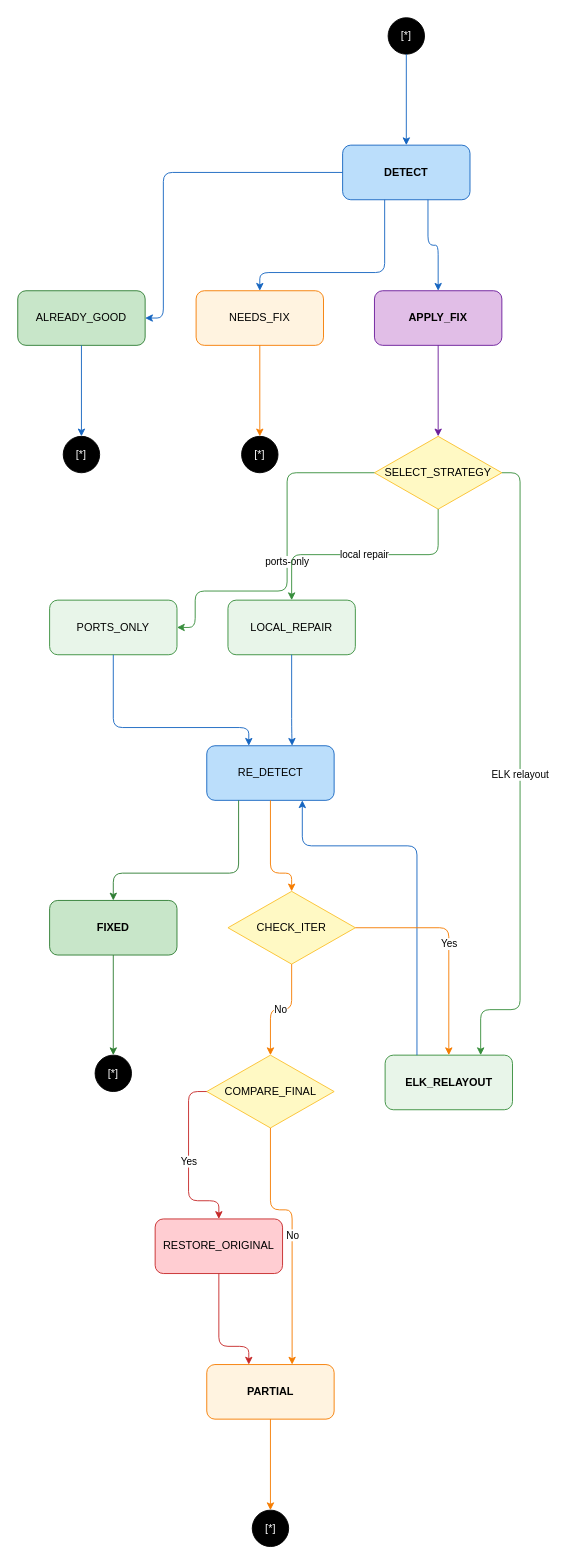
Earlier version of the draw.io diagram documents/SA4E-406/diagrams/state-layout-status.drawio (dnguyenminh/SDLC-Agents-4-Enteprise). Source tidied: cells renumbered, new cells numbered last; positions are measured from the earlier drawing's top-left corner, leaving out a move shared by most shapes. Both pictures are drawn from the tidied source at 91%, with x=0, y=0 at pixel (17, 17).
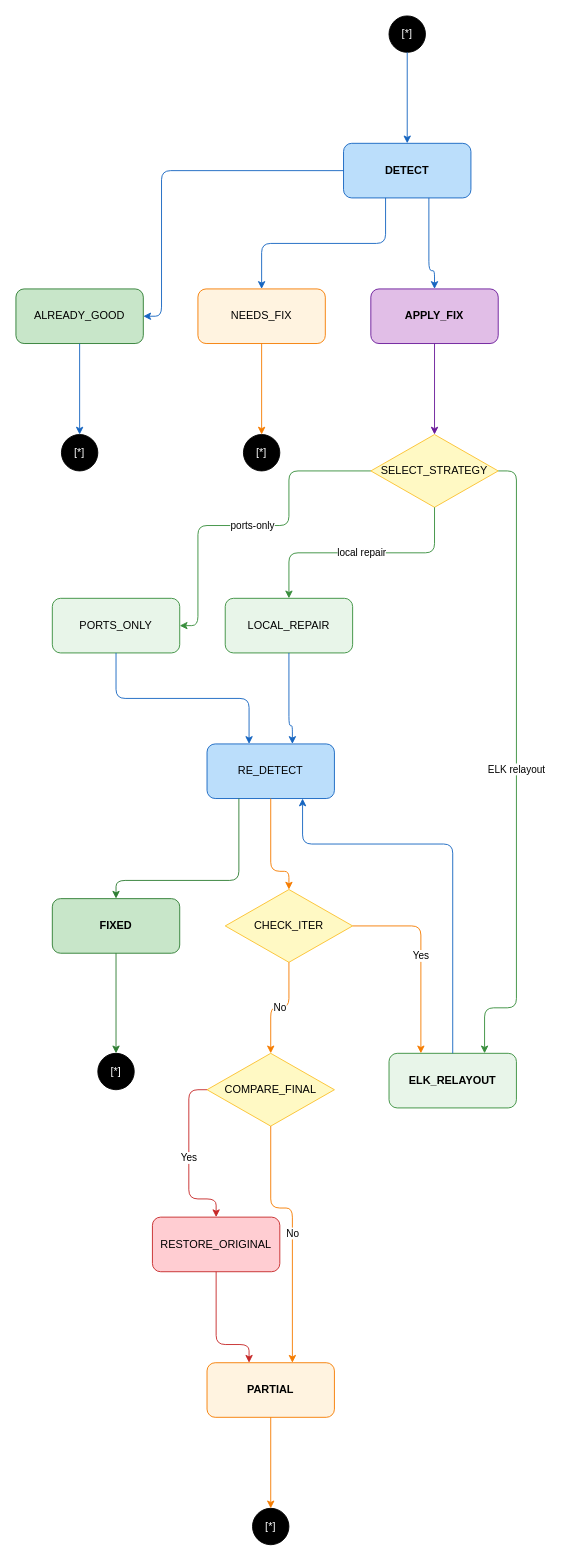
The same page after the edit.

Diff of the diagram source:
```diff
@@
     <mxCell id="2" value="[*]" style="ellipse;whiteSpace=wrap;html=1;fillColor=#000000;fontColor=#FFFFFF;fontSize=12;" parent="1" vertex="1">
-      <mxGeometry x="407" width="40" height="40" as="geometry" />
+      <mxGeometry x="408" y="-2" width="40" height="40" as="geometry" />
     </mxCell>
     <mxCell id="3" value="DETECT" style="rounded=1;whiteSpace=wrap;html=1;fillColor=#BBDEFB;strokeColor=#1565C0;fontSize=12;fontStyle=1;" parent="1" vertex="1">
-      <mxGeometry x="357" y="140" width="140" height="60" as="geometry" />
+      <mxGeometry x="358" y="138" width="140" height="60" as="geometry" />
     </mxCell>
     <mxCell id="4" value="ALREADY_GOOD" style="rounded=1;whiteSpace=wrap;html=1;fillColor=#C8E6C9;strokeColor=#2E7D32;fontSize=12;" parent="1" vertex="1">
-      <mxGeometry y="300" width="140" height="60" as="geometry" />
+      <mxGeometry x="-2" y="298" width="140" height="60" as="geometry" />
     </mxCell>
     <mxCell id="5" value="NEEDS_FIX" style="rounded=1;whiteSpace=wrap;html=1;fillColor=#FFF3E0;strokeColor=#F57C00;fontSize=12;" parent="1" vertex="1">
-      <mxGeometry x="196" y="300" width="140" height="60" as="geometry" />
+      <mxGeometry x="198" y="298" width="140" height="60" as="geometry" />
     </mxCell>
     <mxCell id="6" value="APPLY_FIX" style="rounded=1;whiteSpace=wrap;html=1;fillColor=#E1BEE7;strokeColor=#6A1B9A;fontSize=12;fontStyle=1;" parent="1" vertex="1">
-      <mxGeometry x="392" y="300" width="140" height="60" as="geometry" />
+      <mxGeometry x="388" y="298" width="140" height="60" as="geometry" />
     </mxCell>
     <mxCell id="7" value="SELECT_STRATEGY" style="rhombus;whiteSpace=wrap;html=1;fillColor=#FFF9C4;strokeColor=#FBC02D;fontSize=12;" parent="1" vertex="1">
-      <mxGeometry x="392" y="460" width="140" height="80" as="geometry" />
+      <mxGeometry x="388" y="458" width="140" height="80" as="geometry" />
     </mxCell>
     <mxCell id="8" value="PORTS_ONLY" style="rounded=1;whiteSpace=wrap;html=1;fillColor=#E8F5E9;strokeColor=#388E3C;fontSize=12;" parent="1" vertex="1">
-      <mxGeometry x="35" y="640" width="140" height="60" as="geometry" />
+      <mxGeometry x="38" y="638" width="140" height="60" as="geometry" />
     </mxCell>
     <mxCell id="9" value="LOCAL_REPAIR" style="rounded=1;whiteSpace=wrap;html=1;fillColor=#E8F5E9;strokeColor=#388E3C;fontSize=12;" parent="1" vertex="1">
-      <mxGeometry x="231" y="640" width="140" height="60" as="geometry" />
+      <mxGeometry x="228" y="638" width="140" height="60" as="geometry" />
     </mxCell>
     <mxCell id="10" value="ELK_RELAYOUT" style="rounded=1;whiteSpace=wrap;html=1;fillColor=#E8F5E9;strokeColor=#388E3C;fontSize=12;fontStyle=1;" parent="1" vertex="1">
-      <mxGeometry x="403.7" y="1140" width="140" height="60" as="geometry" />
+      <mxGeometry x="408" y="1138" width="140" height="60" as="geometry" />
     </mxCell>
     <mxCell id="11" value="RE_DETECT" style="rounded=1;whiteSpace=wrap;html=1;fillColor=#BBDEFB;strokeColor=#1565C0;fontSize=12;" parent="1" vertex="1">
-      <mxGeometry x="207.7" y="800" width="140" height="60" as="geometry" />
+      <mxGeometry x="208" y="798" width="140" height="60" as="geometry" />
     </mxCell>
     <mxCell id="12" value="FIXED" style="rounded=1;whiteSpace=wrap;html=1;fillColor=#C8E6C9;strokeColor=#2E7D32;fontSize=12;fontStyle=1;" parent="1" vertex="1">
-      <mxGeometry x="35" y="970" width="140" height="60" as="geometry" />
+      <mxGeometry x="38" y="968" width="140" height="60" as="geometry" />
     </mxCell>
     <mxCell id="13" value="CHECK_ITER" style="rhombus;whiteSpace=wrap;html=1;fillColor=#FFF9C4;strokeColor=#FBC02D;fontSize=12;" parent="1" vertex="1">
-      <mxGeometry x="231" y="960" width="140" height="80" as="geometry" />
+      <mxGeometry x="228" y="958" width="140" height="80" as="geometry" />
     </mxCell>
     <mxCell id="14" value="COMPARE_FINAL" style="rhombus;whiteSpace=wrap;html=1;fillColor=#FFF9C4;strokeColor=#FBC02D;fontSize=12;" parent="1" vertex="1">
-      <mxGeometry x="207.7" y="1140" width="140" height="80" as="geometry" />
+      <mxGeometry x="208" y="1138" width="140" height="80" as="geometry" />
     </mxCell>
     <mxCell id="15" value="RESTORE_ORIGINAL" style="rounded=1;whiteSpace=wrap;html=1;fillColor=#FFCDD2;strokeColor=#C62828;fontSize=12;" parent="1" vertex="1">
-      <mxGeometry x="151" y="1320" width="140" height="60" as="geometry" />
+      <mxGeometry x="148" y="1318" width="140" height="60" as="geometry" />
     </mxCell>
     <mxCell id="16" value="PARTIAL" style="rounded=1;whiteSpace=wrap;html=1;fillColor=#FFF3E0;strokeColor=#F57C00;fontSize=12;fontStyle=1;" parent="1" vertex="1">
-      <mxGeometry x="207.7" y="1480" width="140" height="60" as="geometry" />
+      <mxGeometry x="208" y="1478" width="140" height="60" as="geometry" />
     </mxCell>
     <mxCell id="17" value="[*]" style="ellipse;whiteSpace=wrap;html=1;fillColor=#000000;fontColor=#FFFFFF;fontSize=12;" parent="1" vertex="1">
-      <mxGeometry x="50" y="460" width="40" height="40" as="geometry" />
+      <mxGeometry x="48" y="458" width="40" height="40" as="geometry" />
     </mxCell>
     <mxCell id="18" value="[*]" style="ellipse;whiteSpace=wrap;html=1;fillColor=#000000;fontColor=#FFFFFF;fontSize=12;" parent="1" vertex="1">
-      <mxGeometry x="85" y="1140" width="40" height="40" as="geometry" />
+      <mxGeometry x="88" y="1138" width="40" height="40" as="geometry" />
     </mxCell>
     <mxCell id="19" value="[*]" style="ellipse;whiteSpace=wrap;html=1;fillColor=#000000;fontColor=#FFFFFF;fontSize=12;" parent="1" vertex="1">
-      <mxGeometry x="257.7" y="1640" width="40" height="40" as="geometry" />
+      <mxGeometry x="258" y="1638" width="40" height="40" as="geometry" />
     </mxCell>
     <mxCell id="20" value="[*]" style="ellipse;whiteSpace=wrap;html=1;fillColor=#000000;fontColor=#FFFFFF;fontSize=12;" parent="1" vertex="1">
-      <mxGeometry x="246" y="460" width="40" height="40" as="geometry" />
+      <mxGeometry x="248" y="458" width="40" height="40" as="geometry" />
     </mxCell>
@@
     <mxCell id="22" style="rounded=1;html=1;strokeColor=#1565C0;edgeStyle=orthogonalEdgeStyle;curved=0;exitX=0;exitY=0.5;entryX=1;entryY=0.5;" parent="1" edge="1" source="3" target="4">
       <mxGeometry relative="1" as="geometry">
         <Array as="points">
-          <mxPoint x="160" y="170" />
-          <mxPoint x="160" y="330" />
+          <mxPoint x="158" y="168" />
+          <mxPoint x="158" y="328" />
         </Array>
       </mxGeometry>
     </mxCell>
     <mxCell id="23" style="rounded=1;html=1;strokeColor=#1565C0;edgeStyle=orthogonalEdgeStyle;curved=0;exitX=0.33;exitY=1;entryX=0.5;entryY=0;" parent="1" edge="1" source="3" target="5">
       <mxGeometry relative="1" as="geometry">
         <Array as="points">
-          <mxPoint x="403.2" y="280" />
-          <mxPoint x="266" y="280" />
+          <mxPoint x="404.2" y="248" />
+          <mxPoint x="268" y="248" />
         </Array>
       </mxGeometry>
     </mxCell>
     <mxCell id="24" style="rounded=1;html=1;strokeColor=#1565C0;edgeStyle=orthogonalEdgeStyle;curved=0;exitX=0.67;exitY=1;entryX=0.5;entryY=0;" parent="1" edge="1" source="3" target="6">
       <mxGeometry relative="1" as="geometry">
         <Array as="points">
-          <mxPoint x="450.8" y="250" />
-          <mxPoint x="462" y="250" />
+          <mxPoint x="451.8" y="278" />
+          <mxPoint x="458" y="278" />
         </Array>
       </mxGeometry>
     </mxCell>
@@
     <mxCell id="26" value="ports-only" style="rounded=1;html=1;strokeColor=#388E3C;edgeStyle=orthogonalEdgeStyle;curved=0;exitX=0;exitY=0.5;entryX=1;entryY=0.5;" parent="1" edge="1" source="7" target="8">
       <mxGeometry relative="1" as="geometry">
         <Array as="points">
-          <mxPoint x="296" y="500" />
-          <mxPoint x="296" y="630" />
-          <mxPoint x="195" y="630" />
-          <mxPoint x="195" y="670" />
+          <mxPoint x="298" y="498" />
+          <mxPoint x="298" y="558" />
+          <mxPoint x="198" y="558" />
+          <mxPoint x="198" y="668" />
         </Array>
       </mxGeometry>
     </mxCell>
     <mxCell id="27" value="local repair" style="rounded=1;html=1;strokeColor=#388E3C;edgeStyle=orthogonalEdgeStyle;curved=0;exitX=0.5;exitY=1;entryX=0.5;entryY=0;" parent="1" edge="1" source="7" target="9">
       <mxGeometry relative="1" as="geometry">
         <Array as="points">
-          <mxPoint x="462" y="590" />
-          <mxPoint x="301" y="590" />
+          <mxPoint x="458" y="588" />
+          <mxPoint x="298" y="588" />
         </Array>
       </mxGeometry>
     </mxCell>
     <mxCell id="28" value="ELK relayout" style="rounded=1;html=1;strokeColor=#388E3C;edgeStyle=orthogonalEdgeStyle;curved=0;exitX=1;exitY=0.5;entryX=0.75;entryY=0;" parent="1" edge="1" source="7" target="10">
       <mxGeometry relative="1" as="geometry">
         <Array as="points">
-          <mxPoint x="552" y="500" />
-          <mxPoint x="552" y="1090" />
-          <mxPoint x="508.7" y="1090" />
+          <mxPoint x="548" y="498" />
+          <mxPoint x="548" y="1088" />
+          <mxPoint x="513" y="1088" />
         </Array>
       </mxGeometry>
     </mxCell>
     <mxCell id="29" style="rounded=1;html=1;strokeColor=#1565C0;edgeStyle=orthogonalEdgeStyle;curved=0;exitX=0.5;exitY=1;entryX=0.33;entryY=0;" parent="1" edge="1" source="8" target="11">
       <mxGeometry relative="1" as="geometry">
         <Array as="points">
-          <mxPoint x="105" y="780" />
-          <mxPoint x="253.9" y="780" />
+          <mxPoint x="108" y="748" />
+          <mxPoint x="254.2" y="748" />
         </Array>
       </mxGeometry>
     </mxCell>
     <mxCell id="30" style="rounded=1;html=1;strokeColor=#1565C0;edgeStyle=orthogonalEdgeStyle;curved=0;exitX=0.5;exitY=1;entryX=0.67;entryY=0;" parent="1" edge="1" source="9" target="11">
       <mxGeometry relative="1" as="geometry">
         <Array as="points">
-          <mxPoint x="301" y="780" />
-          <mxPoint x="301.5" y="780" />
+          <mxPoint x="298" y="778" />
+          <mxPoint x="301.8" y="778" />
         </Array>
       </mxGeometry>
     </mxCell>
-    <mxCell id="31" style="rounded=1;html=1;strokeColor=#1565C0;edgeStyle=orthogonalEdgeStyle;curved=0;exitX=0.25;exitY=0;entryX=0.75;entryY=1;" parent="1" edge="1" source="10" target="11">
+    <mxCell id="31" style="rounded=1;html=1;strokeColor=#1565C0;edgeStyle=orthogonalEdgeStyle;curved=0;exitX=0.5;exitY=0;entryX=0.75;entryY=1;" parent="1" edge="1" source="10" target="11">
       <mxGeometry relative="1" as="geometry">
         <Array as="points">
-          <mxPoint x="438.7" y="910" />
-          <mxPoint x="312.7" y="910" />
+          <mxPoint x="478" y="908" />
+          <mxPoint x="313" y="908" />
         </Array>
       </mxGeometry>
     </mxCell>
     <mxCell id="32" style="rounded=1;html=1;strokeColor=#2E7D32;edgeStyle=orthogonalEdgeStyle;curved=0;exitX=0.25;exitY=1;entryX=0.5;entryY=0;" parent="1" edge="1" source="11" target="12">
       <mxGeometry relative="1" as="geometry">
         <Array as="points">
-          <mxPoint x="242.7" y="940" />
-          <mxPoint x="105" y="940" />
+          <mxPoint x="243" y="948" />
+          <mxPoint x="108" y="948" />
         </Array>
       </mxGeometry>
     </mxCell>
     <mxCell id="33" style="rounded=1;html=1;strokeColor=#F57C00;edgeStyle=orthogonalEdgeStyle;curved=0;exitX=0.5;exitY=1;entryX=0.5;entryY=0;" parent="1" edge="1" source="11" target="13">
       <mxGeometry relative="1" as="geometry">
         <Array as="points">
-          <mxPoint x="277.7" y="940" />
-          <mxPoint x="301" y="940" />
+          <mxPoint x="278" y="938" />
+          <mxPoint x="298" y="938" />
         </Array>
       </mxGeometry>
     </mxCell>
-    <mxCell id="34" value="Yes" style="rounded=1;html=1;strokeColor=#F57C00;edgeStyle=orthogonalEdgeStyle;curved=0;exitX=1;exitY=0.5;entryX=0.5;entryY=0;" parent="1" edge="1" source="13" target="10">
+    <mxCell id="34" value="Yes" style="rounded=1;html=1;strokeColor=#F57C00;edgeStyle=orthogonalEdgeStyle;curved=0;exitX=1;exitY=0.5;entryX=0.25;entryY=0;" parent="1" edge="1" source="13" target="10">
       <mxGeometry relative="1" as="geometry">
         <Array as="points">
-          <mxPoint x="473.7" y="1000" />
+          <mxPoint x="443" y="998" />
         </Array>
       </mxGeometry>
     </mxCell>
     <mxCell id="35" value="No" style="rounded=1;html=1;strokeColor=#F57C00;edgeStyle=orthogonalEdgeStyle;curved=0;exitX=0.5;exitY=1;entryX=0.5;entryY=0;" parent="1" edge="1" source="13" target="14">
       <mxGeometry relative="1" as="geometry">
         <Array as="points">
-          <mxPoint x="301" y="1090" />
-          <mxPoint x="277.7" y="1090" />
+          <mxPoint x="298" y="1088" />
+          <mxPoint x="278" y="1088" />
         </Array>
       </mxGeometry>
     </mxCell>
     <mxCell id="36" value="Yes" style="rounded=1;html=1;strokeColor=#C62828;edgeStyle=orthogonalEdgeStyle;curved=0;exitX=0;exitY=0.5;entryX=0.5;entryY=0;" parent="1" edge="1" source="14" target="15">
       <mxGeometry relative="1" as="geometry">
         <Array as="points">
-          <mxPoint x="187.7" y="1180" />
-          <mxPoint x="187.7" y="1300" />
-          <mxPoint x="221" y="1300" />
+          <mxPoint x="188" y="1178" />
+          <mxPoint x="188" y="1298" />
+          <mxPoint x="218" y="1298" />
         </Array>
       </mxGeometry>
     </mxCell>
     <mxCell id="37" value="No" style="rounded=1;html=1;strokeColor=#F57C00;edgeStyle=orthogonalEdgeStyle;curved=0;exitX=0.5;exitY=1;entryX=0.67;entryY=0;" parent="1" edge="1" source="14" target="16">
       <mxGeometry relative="1" as="geometry">
         <Array as="points">
-          <mxPoint x="277.7" y="1310" />
-          <mxPoint x="301.5" y="1310" />
+          <mxPoint x="278" y="1308" />
+          <mxPoint x="301.8" y="1308" />
         </Array>
       </mxGeometry>
     </mxCell>
     <mxCell id="38" style="rounded=1;html=1;strokeColor=#C62828;edgeStyle=orthogonalEdgeStyle;curved=0;exitX=0.5;exitY=1;entryX=0.33;entryY=0;" parent="1" edge="1" source="15" target="16">
       <mxGeometry relative="1" as="geometry">
         <Array as="points">
-          <mxPoint x="221" y="1460" />
-          <mxPoint x="253.9" y="1460" />
+          <mxPoint x="218" y="1458" />
+          <mxPoint x="254.2" y="1458" />
         </Array>
       </mxGeometry>
     </mxCell>
```
